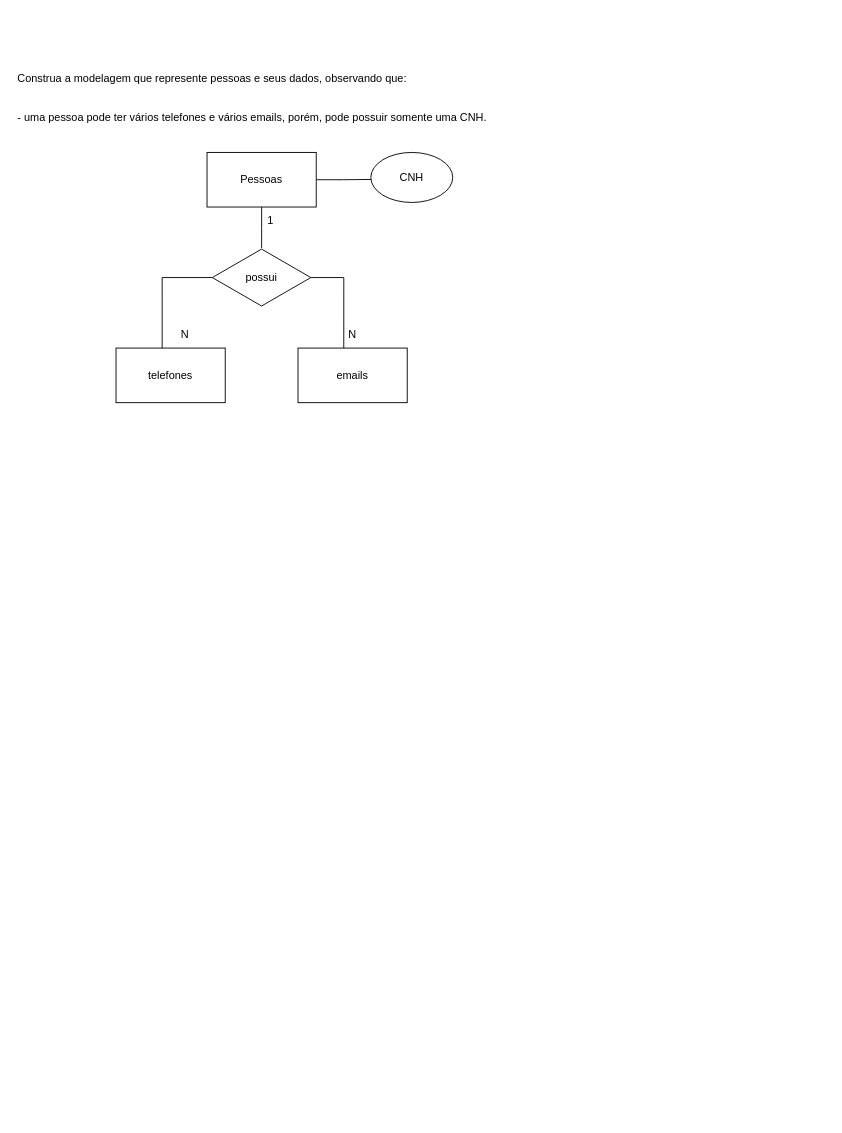
Above: exercicio_1_1/pessoas.drawio in Marqzzs/senai_sprint1_bd (draw.io), before the change. Source tidied: cells renumbered, new cells numbered last; positions are measured from the earlier drawing's top-left corner, leaving out a move shared by most shapes. Both pictures are drawn from the tidied source at 91%, with x=0, y=0 at pixel (15, 66).
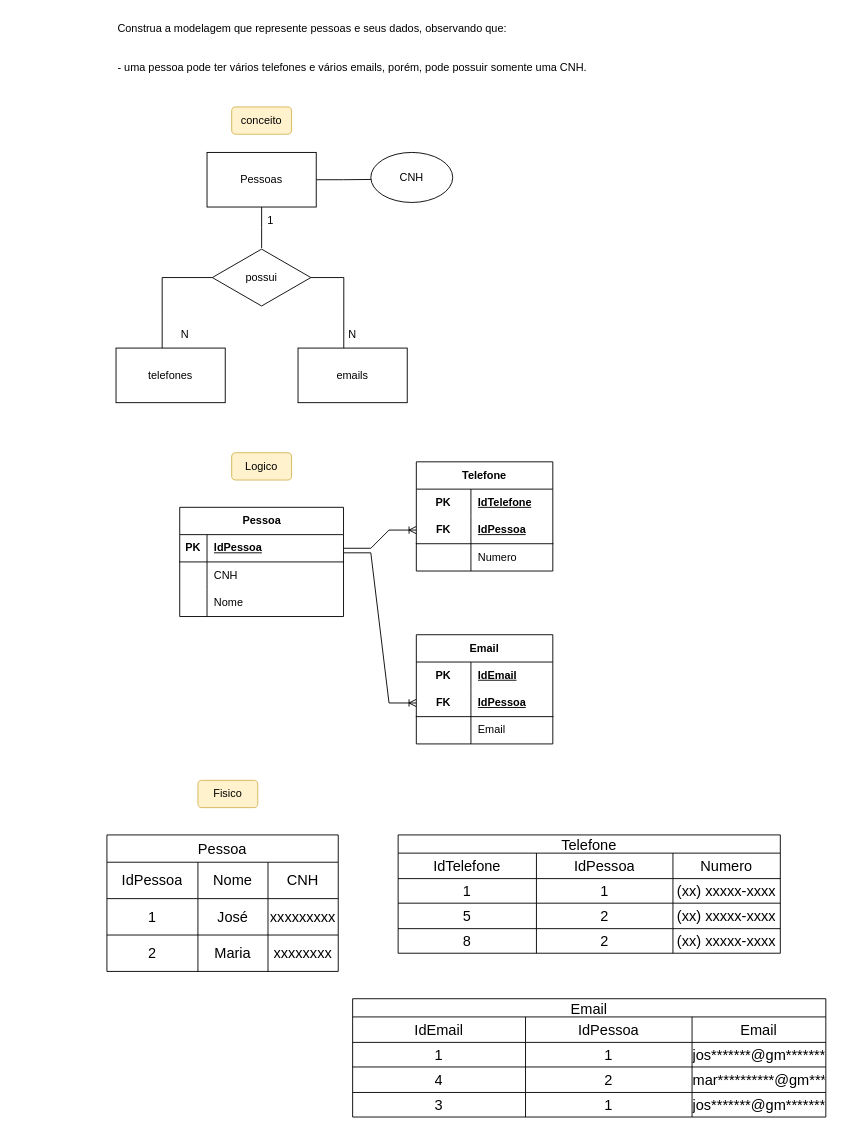
Above is the later version.

Change to the diagram source:
```diff
@@
     <mxCell id="14" value="Construa a modelagem que represente pessoas e seus dados, observando que:&#10;&#10;&#10;- uma pessoa pode ter vários telefones e vários emails, porém, pode possuir somente uma CNH." style="text;whiteSpace=wrap;" parent="1" vertex="1">
-      <mxGeometry width="560" height="80" as="geometry" />
+      <mxGeometry x="110" y="-55" width="560" height="80" as="geometry" />
     </mxCell>
+    <mxCell id="15" value="conceito" style="rounded=1;whiteSpace=wrap;html=1;fillColor=#fff2cc;strokeColor=#d6b656;" parent="1" vertex="1">
+      <mxGeometry x="237.1" y="45" width="65.8" height="30" as="geometry" />
+    </mxCell>
+    <mxCell id="16" value="Logico" style="rounded=1;whiteSpace=wrap;html=1;fillColor=#fff2cc;strokeColor=#d6b656;" parent="1" vertex="1">
+      <mxGeometry x="237.1" y="425" width="65.8" height="30" as="geometry" />
+    </mxCell>
+    <mxCell id="17" value="Pessoa" style="shape=table;startSize=30;childLayout=tableLayout;rowLines=0;fontStyle=1;align=center;html=1;" parent="1" vertex="1">
+      <mxGeometry x="180" y="485" width="180" height="120" as="geometry" />
+    </mxCell>
+    <mxCell id="18" style="shape=tableRow;horizontal=0;startSize=0;swimlaneHead=0;swimlaneBody=0;fillColor=none;points=[[0,0.5],[1,0.5]];portConstraint=eastwest;top=0;left=0;right=0;bottom=1;" parent="17" vertex="1">
+      <mxGeometry y="30" width="180" height="30" as="geometry" />
+    </mxCell>
+    <mxCell id="19" value="PK" style="shape=partialRectangle;fillColor=none;top=0;left=0;bottom=0;right=0;fontStyle=1;overflow=hidden;whiteSpace=wrap;html=1;" parent="18" vertex="1">
+      <mxGeometry width="30" height="30" as="geometry" />
+    </mxCell>
+    <mxCell id="20" value="IdPessoa" style="shape=partialRectangle;fillColor=none;top=0;left=0;bottom=0;right=0;align=left;spacingLeft=6;fontStyle=5;overflow=hidden;whiteSpace=wrap;html=1;" parent="18" vertex="1">
+      <mxGeometry x="30" width="150" height="30" as="geometry" />
+    </mxCell>
+    <mxCell id="21" style="shape=tableRow;horizontal=0;startSize=0;swimlaneHead=0;swimlaneBody=0;fillColor=none;top=0;left=0;right=0;bottom=0;" parent="17" vertex="1">
+      <mxGeometry y="60" width="180" height="30" as="geometry" />
+    </mxCell>
+    <mxCell id="22" style="shape=partialRectangle;fillColor=none;top=0;left=0;bottom=0;right=0;overflow=hidden;whiteSpace=wrap;html=1;" parent="21" vertex="1">
+      <mxGeometry width="30" height="30" as="geometry" />
+    </mxCell>
+    <mxCell id="23" value="CNH" style="shape=partialRectangle;fillColor=none;top=0;left=0;bottom=0;right=0;align=left;spacingLeft=6;overflow=hidden;whiteSpace=wrap;html=1;" parent="21" vertex="1">
+      <mxGeometry x="30" width="150" height="30" as="geometry" />
+    </mxCell>
+    <mxCell id="24" style="shape=tableRow;horizontal=0;startSize=0;swimlaneHead=0;swimlaneBody=0;fillColor=none;top=0;left=0;right=0;bottom=0;" parent="17" vertex="1">
+      <mxGeometry y="90" width="180" height="30" as="geometry" />
+    </mxCell>
+    <mxCell id="25" style="shape=partialRectangle;fillColor=none;top=0;left=0;bottom=0;right=0;overflow=hidden;whiteSpace=wrap;html=1;" parent="24" vertex="1">
+      <mxGeometry width="30" height="30" as="geometry" />
+    </mxCell>
+    <mxCell id="26" value="Nome" style="shape=partialRectangle;fillColor=none;top=0;left=0;bottom=0;right=0;align=left;spacingLeft=6;overflow=hidden;whiteSpace=wrap;html=1;" parent="24" vertex="1">
+      <mxGeometry x="30" width="150" height="30" as="geometry" />
+    </mxCell>
+    <mxCell id="27" value="Telefone" style="shape=table;startSize=30;childLayout=tableLayout;rowLines=0;fontStyle=1;align=center;html=1;whiteSpace=wrap;" parent="1" vertex="1">
+      <mxGeometry x="440" y="435" width="150" height="120" as="geometry" />
+    </mxCell>
+    <mxCell id="28" style="shape=tableRow;horizontal=0;startSize=0;swimlaneHead=0;swimlaneBody=0;fillColor=none;top=0;left=0;right=0;bottom=0;html=1;" parent="27" vertex="1">
+      <mxGeometry y="30" width="150" height="30" as="geometry" />
+    </mxCell>
+    <mxCell id="29" value="PK" style="shape=partialRectangle;fillColor=none;top=0;left=0;bottom=0;right=0;fontStyle=1;overflow=hidden;html=1;whiteSpace=wrap;" parent="28" vertex="1">
+      <mxGeometry width="60" height="30" as="geometry" />
+    </mxCell>
+    <mxCell id="30" value="IdTelefone" style="shape=partialRectangle;fillColor=none;top=0;left=0;bottom=0;right=0;align=left;spacingLeft=6;fontStyle=5;overflow=hidden;html=1;whiteSpace=wrap;" parent="28" vertex="1">
+      <mxGeometry x="60" width="90" height="30" as="geometry" />
+    </mxCell>
+    <mxCell id="31" style="shape=tableRow;horizontal=0;startSize=0;swimlaneHead=0;swimlaneBody=0;fillColor=none;points=[[0,0.5],[1,0.5]];portConstraint=eastwest;top=0;left=0;right=0;bottom=1;html=1;" parent="27" vertex="1">
+      <mxGeometry y="60" width="150" height="30" as="geometry" />
+    </mxCell>
+    <mxCell id="32" value="FK" style="shape=partialRectangle;fillColor=none;top=0;left=0;bottom=0;right=0;fontStyle=1;overflow=hidden;html=1;whiteSpace=wrap;" parent="31" vertex="1">
+      <mxGeometry width="60" height="30" as="geometry" />
+    </mxCell>
+    <mxCell id="33" value="IdPessoa" style="shape=partialRectangle;fillColor=none;top=0;left=0;bottom=0;right=0;align=left;spacingLeft=6;fontStyle=5;overflow=hidden;html=1;whiteSpace=wrap;" parent="31" vertex="1">
+      <mxGeometry x="60" width="90" height="30" as="geometry" />
+    </mxCell>
+    <mxCell id="34" style="shape=tableRow;horizontal=0;startSize=0;swimlaneHead=0;swimlaneBody=0;fillColor=none;top=0;left=0;right=0;bottom=0;html=1;" parent="27" vertex="1">
+      <mxGeometry y="90" width="150" height="30" as="geometry" />
+    </mxCell>
+    <mxCell id="35" style="shape=partialRectangle;fillColor=none;top=0;left=0;bottom=0;right=0;overflow=hidden;html=1;whiteSpace=wrap;" parent="34" vertex="1">
+      <mxGeometry width="60" height="30" as="geometry" />
+    </mxCell>
+    <mxCell id="36" value="Numero" style="shape=partialRectangle;fillColor=none;top=0;left=0;bottom=0;right=0;align=left;spacingLeft=6;overflow=hidden;html=1;whiteSpace=wrap;" parent="34" vertex="1">
+      <mxGeometry x="60" width="90" height="30" as="geometry" />
+    </mxCell>
+    <mxCell id="37" value="Email" style="shape=table;startSize=30;childLayout=tableLayout;rowLines=0;fontStyle=1;align=center;html=1;whiteSpace=wrap;" parent="1" vertex="1">
+      <mxGeometry x="440" y="625" width="150" height="120" as="geometry" />
+    </mxCell>
+    <mxCell id="38" style="shape=tableRow;horizontal=0;startSize=0;swimlaneHead=0;swimlaneBody=0;fillColor=none;top=0;left=0;right=0;bottom=0;html=1;" parent="37" vertex="1">
+      <mxGeometry y="30" width="150" height="30" as="geometry" />
+    </mxCell>
+    <mxCell id="39" value="PK" style="shape=partialRectangle;fillColor=none;top=0;left=0;bottom=0;right=0;fontStyle=1;overflow=hidden;html=1;whiteSpace=wrap;" parent="38" vertex="1">
+      <mxGeometry width="60" height="30" as="geometry" />
+    </mxCell>
+    <mxCell id="40" value="IdEmail" style="shape=partialRectangle;fillColor=none;top=0;left=0;bottom=0;right=0;align=left;spacingLeft=6;fontStyle=5;overflow=hidden;html=1;whiteSpace=wrap;" parent="38" vertex="1">
+      <mxGeometry x="60" width="90" height="30" as="geometry" />
+    </mxCell>
+    <mxCell id="41" style="shape=tableRow;horizontal=0;startSize=0;swimlaneHead=0;swimlaneBody=0;fillColor=none;points=[[0,0.5],[1,0.5]];portConstraint=eastwest;top=0;left=0;right=0;bottom=1;html=1;" parent="37" vertex="1">
+      <mxGeometry y="60" width="150" height="30" as="geometry" />
+    </mxCell>
+    <mxCell id="42" value="FK" style="shape=partialRectangle;fillColor=none;top=0;left=0;bottom=0;right=0;fontStyle=1;overflow=hidden;html=1;whiteSpace=wrap;" parent="41" vertex="1">
+      <mxGeometry width="60" height="30" as="geometry" />
+    </mxCell>
+    <mxCell id="43" value="IdPessoa" style="shape=partialRectangle;fillColor=none;top=0;left=0;bottom=0;right=0;align=left;spacingLeft=6;fontStyle=5;overflow=hidden;html=1;whiteSpace=wrap;" parent="41" vertex="1">
+      <mxGeometry x="60" width="90" height="30" as="geometry" />
+    </mxCell>
+    <mxCell id="44" style="shape=tableRow;horizontal=0;startSize=0;swimlaneHead=0;swimlaneBody=0;fillColor=none;top=0;left=0;right=0;bottom=0;html=1;" parent="37" vertex="1">
+      <mxGeometry y="90" width="150" height="30" as="geometry" />
+    </mxCell>
+    <mxCell id="45" style="shape=partialRectangle;fillColor=none;top=0;left=0;bottom=0;right=0;overflow=hidden;html=1;whiteSpace=wrap;" parent="44" vertex="1">
+      <mxGeometry width="60" height="30" as="geometry" />
+    </mxCell>
+    <mxCell id="46" value="Email" style="shape=partialRectangle;fillColor=none;top=0;left=0;bottom=0;right=0;align=left;spacingLeft=6;overflow=hidden;html=1;whiteSpace=wrap;" parent="44" vertex="1">
+      <mxGeometry x="60" width="90" height="30" as="geometry" />
+    </mxCell>
+    <mxCell id="47" style="edgeStyle=entityRelationEdgeStyle;fontSize=12;html=1;endArrow=ERoneToMany;rounded=0;entryX=0;entryY=0.5;entryDx=0;entryDy=0;" parent="1" edge="1" target="41">
+      <mxGeometry relative="1" as="geometry">
+        <mxPoint x="360" y="535" as="sourcePoint" />
+      </mxGeometry>
+    </mxCell>
+    <mxCell id="48" style="edgeStyle=entityRelationEdgeStyle;fontSize=12;html=1;endArrow=ERoneToMany;rounded=0;entryX=0;entryY=0.5;entryDx=0;entryDy=0;exitX=1;exitY=0.5;exitDx=0;exitDy=0;" parent="1" edge="1" source="18" target="31">
+      <mxGeometry relative="1" as="geometry" />
+    </mxCell>
+    <mxCell id="49" value="Fisico" style="rounded=1;whiteSpace=wrap;html=1;fillColor=#fff2cc;strokeColor=#d6b656;" parent="1" vertex="1">
+      <mxGeometry x="200" y="785" width="65.8" height="30" as="geometry" />
+    </mxCell>
+    <mxCell id="50" value="Pessoa" style="shape=table;startSize=30;childLayout=tableLayout;strokeColor=default;fontSize=16;" parent="1" vertex="1">
+      <mxGeometry x="100" y="845" width="254.2" height="150" as="geometry" />
+    </mxCell>
+    <mxCell id="51" style="shape=tableRow;horizontal=0;startSize=0;swimlaneHead=0;swimlaneBody=0;strokeColor=inherit;top=0;left=0;bottom=0;right=0;fillColor=none;fontSize=16;" parent="50" vertex="1">
+      <mxGeometry y="30" width="254.2" height="40" as="geometry" />
+    </mxCell>
+    <mxCell id="52" value="IdPessoa" style="shape=partialRectangle;html=1;whiteSpace=wrap;strokeColor=inherit;overflow=hidden;fillColor=none;top=0;left=0;bottom=0;right=0;fontSize=16;" parent="51" vertex="1">
+      <mxGeometry width="100" height="40" as="geometry" />
+    </mxCell>
+    <mxCell id="53" value="Nome" style="shape=partialRectangle;html=1;whiteSpace=wrap;strokeColor=inherit;overflow=hidden;fillColor=none;top=0;left=0;bottom=0;right=0;fontSize=16;" parent="51" vertex="1">
+      <mxGeometry x="100" width="77" height="40" as="geometry" />
+    </mxCell>
+    <mxCell id="54" value="CNH" style="shape=partialRectangle;html=1;whiteSpace=wrap;strokeColor=inherit;overflow=hidden;fillColor=none;top=0;left=0;bottom=0;right=0;fontSize=16;" parent="51" vertex="1">
+      <mxGeometry x="177" width="77" height="40" as="geometry" />
+    </mxCell>
+    <mxCell id="55" style="shape=tableRow;horizontal=0;startSize=0;swimlaneHead=0;swimlaneBody=0;strokeColor=inherit;top=0;left=0;bottom=0;right=0;fillColor=none;fontSize=16;" parent="50" vertex="1">
+      <mxGeometry y="70" width="254.2" height="40" as="geometry" />
+    </mxCell>
+    <mxCell id="56" value="1" style="shape=partialRectangle;html=1;whiteSpace=wrap;strokeColor=inherit;overflow=hidden;fillColor=none;top=0;left=0;bottom=0;right=0;fontSize=16;" parent="55" vertex="1">
+      <mxGeometry width="100" height="40" as="geometry" />
+    </mxCell>
+    <mxCell id="57" value="José" style="shape=partialRectangle;html=1;whiteSpace=wrap;strokeColor=inherit;overflow=hidden;fillColor=none;top=0;left=0;bottom=0;right=0;fontSize=16;" parent="55" vertex="1">
+      <mxGeometry x="100" width="77" height="40" as="geometry" />
+    </mxCell>
+    <mxCell id="58" value="xxxxxxxxx" style="shape=partialRectangle;html=1;whiteSpace=wrap;strokeColor=inherit;overflow=hidden;fillColor=none;top=0;left=0;bottom=0;right=0;fontSize=16;" parent="55" vertex="1">
+      <mxGeometry x="177" width="77" height="40" as="geometry" />
+    </mxCell>
+    <mxCell id="59" style="shape=tableRow;horizontal=0;startSize=0;swimlaneHead=0;swimlaneBody=0;strokeColor=inherit;top=0;left=0;bottom=0;right=0;fillColor=none;fontSize=16;" parent="50" vertex="1">
+      <mxGeometry y="110" width="254.2" height="40" as="geometry" />
+    </mxCell>
+    <mxCell id="60" value="2" style="shape=partialRectangle;html=1;whiteSpace=wrap;strokeColor=inherit;overflow=hidden;fillColor=none;top=0;left=0;bottom=0;right=0;fontSize=16;" parent="59" vertex="1">
+      <mxGeometry width="100" height="40" as="geometry" />
+    </mxCell>
+    <mxCell id="61" value="Maria" style="shape=partialRectangle;html=1;whiteSpace=wrap;strokeColor=inherit;overflow=hidden;fillColor=none;top=0;left=0;bottom=0;right=0;fontSize=16;" parent="59" vertex="1">
+      <mxGeometry x="100" width="77" height="40" as="geometry" />
+    </mxCell>
+    <mxCell id="62" value="xxxxxxxx" style="shape=partialRectangle;html=1;whiteSpace=wrap;strokeColor=inherit;overflow=hidden;fillColor=none;top=0;left=0;bottom=0;right=0;fontSize=16;" parent="59" vertex="1">
+      <mxGeometry x="177" width="77" height="40" as="geometry" />
+    </mxCell>
+    <mxCell id="63" value="Telefone" style="shape=table;startSize=20;childLayout=tableLayout;strokeColor=default;fontSize=16;" parent="1" vertex="1">
+      <mxGeometry x="420" y="845" width="420" height="130" as="geometry" />
+    </mxCell>
+    <mxCell id="64" style="shape=tableRow;horizontal=0;startSize=0;swimlaneHead=0;swimlaneBody=0;strokeColor=inherit;top=0;left=0;bottom=0;right=0;fillColor=none;fontSize=16;" parent="63" vertex="1">
+      <mxGeometry y="20" width="420" height="28" as="geometry" />
+    </mxCell>
+    <mxCell id="65" value="IdTelefone" style="shape=partialRectangle;html=1;whiteSpace=wrap;strokeColor=inherit;overflow=hidden;fillColor=none;top=0;left=0;bottom=0;right=0;fontSize=16;" parent="64" vertex="1">
+      <mxGeometry width="152" height="28" as="geometry" />
+    </mxCell>
+    <mxCell id="66" value="IdPessoa" style="shape=partialRectangle;html=1;whiteSpace=wrap;strokeColor=inherit;overflow=hidden;fillColor=none;top=0;left=0;bottom=0;right=0;fontSize=16;" parent="64" vertex="1">
+      <mxGeometry x="152" width="150" height="28" as="geometry" />
+    </mxCell>
+    <mxCell id="67" value="Numero" style="shape=partialRectangle;html=1;whiteSpace=wrap;strokeColor=inherit;overflow=hidden;fillColor=none;top=0;left=0;bottom=0;right=0;fontSize=16;" parent="64" vertex="1">
+      <mxGeometry x="302" width="118" height="28" as="geometry" />
+    </mxCell>
+    <mxCell id="68" style="shape=tableRow;horizontal=0;startSize=0;swimlaneHead=0;swimlaneBody=0;strokeColor=inherit;top=0;left=0;bottom=0;right=0;fillColor=none;fontSize=16;" parent="63" vertex="1">
+      <mxGeometry y="48" width="420" height="27" as="geometry" />
+    </mxCell>
+    <mxCell id="69" value="1" style="shape=partialRectangle;html=1;whiteSpace=wrap;strokeColor=inherit;overflow=hidden;fillColor=none;top=0;left=0;bottom=0;right=0;fontSize=16;" parent="68" vertex="1">
+      <mxGeometry width="152" height="27" as="geometry" />
+    </mxCell>
+    <mxCell id="70" value="1" style="shape=partialRectangle;html=1;whiteSpace=wrap;strokeColor=inherit;overflow=hidden;fillColor=none;top=0;left=0;bottom=0;right=0;fontSize=16;" parent="68" vertex="1">
+      <mxGeometry x="152" width="150" height="27" as="geometry" />
+    </mxCell>
+    <mxCell id="71" value="(xx) xxxxx-xxxx" style="shape=partialRectangle;html=1;whiteSpace=wrap;strokeColor=inherit;overflow=hidden;fillColor=none;top=0;left=0;bottom=0;right=0;fontSize=16;" parent="68" vertex="1">
+      <mxGeometry x="302" width="118" height="27" as="geometry" />
+    </mxCell>
+    <mxCell id="72" style="shape=tableRow;horizontal=0;startSize=0;swimlaneHead=0;swimlaneBody=0;strokeColor=inherit;top=0;left=0;bottom=0;right=0;fillColor=none;fontSize=16;" parent="63" vertex="1">
+      <mxGeometry y="75" width="420" height="28" as="geometry" />
+    </mxCell>
+    <mxCell id="73" value="5" style="shape=partialRectangle;html=1;whiteSpace=wrap;strokeColor=inherit;overflow=hidden;fillColor=none;top=0;left=0;bottom=0;right=0;fontSize=16;" parent="72" vertex="1">
+      <mxGeometry width="152" height="28" as="geometry" />
+    </mxCell>
+    <mxCell id="74" value="2" style="shape=partialRectangle;html=1;whiteSpace=wrap;strokeColor=inherit;overflow=hidden;fillColor=none;top=0;left=0;bottom=0;right=0;fontSize=16;" parent="72" vertex="1">
+      <mxGeometry x="152" width="150" height="28" as="geometry" />
+    </mxCell>
+    <mxCell id="75" value="(xx) xxxxx-xxxx" style="shape=partialRectangle;html=1;whiteSpace=wrap;strokeColor=inherit;overflow=hidden;fillColor=none;top=0;left=0;bottom=0;right=0;fontSize=16;" parent="72" vertex="1">
+      <mxGeometry x="302" width="118" height="28" as="geometry" />
+    </mxCell>
+    <mxCell id="76" style="shape=tableRow;horizontal=0;startSize=0;swimlaneHead=0;swimlaneBody=0;strokeColor=inherit;top=0;left=0;bottom=0;right=0;fillColor=none;fontSize=16;" parent="63" vertex="1">
+      <mxGeometry y="103" width="420" height="27" as="geometry" />
+    </mxCell>
+    <mxCell id="77" value="8" style="shape=partialRectangle;html=1;whiteSpace=wrap;strokeColor=inherit;overflow=hidden;fillColor=none;top=0;left=0;bottom=0;right=0;fontSize=16;" parent="76" vertex="1">
+      <mxGeometry width="152" height="27" as="geometry" />
+    </mxCell>
+    <mxCell id="78" value="2" style="shape=partialRectangle;html=1;whiteSpace=wrap;strokeColor=inherit;overflow=hidden;fillColor=none;top=0;left=0;bottom=0;right=0;fontSize=16;" parent="76" vertex="1">
+      <mxGeometry x="152" width="150" height="27" as="geometry" />
+    </mxCell>
+    <mxCell id="79" value="(xx) xxxxx-xxxx" style="shape=partialRectangle;html=1;whiteSpace=wrap;strokeColor=inherit;overflow=hidden;fillColor=none;top=0;left=0;bottom=0;right=0;fontSize=16;" parent="76" vertex="1">
+      <mxGeometry x="302" width="118" height="27" as="geometry" />
+    </mxCell>
+    <mxCell id="80" value="Email" style="shape=table;startSize=20;childLayout=tableLayout;strokeColor=default;fontSize=16;" parent="1" vertex="1">
+      <mxGeometry x="370" y="1025" width="520" height="130" as="geometry" />
+    </mxCell>
+    <mxCell id="81" style="shape=tableRow;horizontal=0;startSize=0;swimlaneHead=0;swimlaneBody=0;strokeColor=inherit;top=0;left=0;bottom=0;right=0;fillColor=none;fontSize=16;" parent="80" vertex="1">
+      <mxGeometry y="20" width="520" height="28" as="geometry" />
+    </mxCell>
+    <mxCell id="82" value="IdEmail" style="shape=partialRectangle;html=1;whiteSpace=wrap;strokeColor=inherit;overflow=hidden;fillColor=none;top=0;left=0;bottom=0;right=0;fontSize=16;" parent="81" vertex="1">
+      <mxGeometry width="190" height="28" as="geometry" />
+    </mxCell>
+    <mxCell id="83" value="IdPessoa" style="shape=partialRectangle;html=1;whiteSpace=wrap;strokeColor=inherit;overflow=hidden;fillColor=none;top=0;left=0;bottom=0;right=0;fontSize=16;" parent="81" vertex="1">
+      <mxGeometry x="190" width="183" height="28" as="geometry" />
+    </mxCell>
+    <mxCell id="84" value="Email" style="shape=partialRectangle;html=1;whiteSpace=wrap;strokeColor=inherit;overflow=hidden;fillColor=none;top=0;left=0;bottom=0;right=0;fontSize=16;" parent="81" vertex="1">
+      <mxGeometry x="373" width="147" height="28" as="geometry" />
+    </mxCell>
+    <mxCell id="85" style="shape=tableRow;horizontal=0;startSize=0;swimlaneHead=0;swimlaneBody=0;strokeColor=inherit;top=0;left=0;bottom=0;right=0;fillColor=none;fontSize=16;" parent="80" vertex="1">
+      <mxGeometry y="48" width="520" height="27" as="geometry" />
+    </mxCell>
+    <mxCell id="86" value="1" style="shape=partialRectangle;html=1;whiteSpace=wrap;strokeColor=inherit;overflow=hidden;fillColor=none;top=0;left=0;bottom=0;right=0;fontSize=16;" parent="85" vertex="1">
+      <mxGeometry width="190" height="27" as="geometry" />
+    </mxCell>
+    <mxCell id="87" value="1" style="shape=partialRectangle;html=1;whiteSpace=wrap;strokeColor=inherit;overflow=hidden;fillColor=none;top=0;left=0;bottom=0;right=0;fontSize=16;" parent="85" vertex="1">
+      <mxGeometry x="190" width="183" height="27" as="geometry" />
+    </mxCell>
+    <mxCell id="88" value="jos*******@gm*******" style="shape=partialRectangle;html=1;whiteSpace=wrap;strokeColor=inherit;overflow=hidden;fillColor=none;top=0;left=0;bottom=0;right=0;fontSize=16;" parent="85" vertex="1">
+      <mxGeometry x="373" width="147" height="27" as="geometry" />
+    </mxCell>
+    <mxCell id="89" style="shape=tableRow;horizontal=0;startSize=0;swimlaneHead=0;swimlaneBody=0;strokeColor=inherit;top=0;left=0;bottom=0;right=0;fillColor=none;fontSize=16;" parent="80" vertex="1">
+      <mxGeometry y="75" width="520" height="28" as="geometry" />
+    </mxCell>
+    <mxCell id="90" value="4" style="shape=partialRectangle;html=1;whiteSpace=wrap;strokeColor=inherit;overflow=hidden;fillColor=none;top=0;left=0;bottom=0;right=0;fontSize=16;" parent="89" vertex="1">
+      <mxGeometry width="190" height="28" as="geometry" />
+    </mxCell>
+    <mxCell id="91" value="2" style="shape=partialRectangle;html=1;whiteSpace=wrap;strokeColor=inherit;overflow=hidden;fillColor=none;top=0;left=0;bottom=0;right=0;fontSize=16;" parent="89" vertex="1">
+      <mxGeometry x="190" width="183" height="28" as="geometry" />
+    </mxCell>
+    <mxCell id="92" value="mar**********@gm***" style="shape=partialRectangle;html=1;whiteSpace=wrap;strokeColor=inherit;overflow=hidden;fillColor=none;top=0;left=0;bottom=0;right=0;fontSize=16;" parent="89" vertex="1">
+      <mxGeometry x="373" width="147" height="28" as="geometry" />
+    </mxCell>
+    <mxCell id="93" style="shape=tableRow;horizontal=0;startSize=0;swimlaneHead=0;swimlaneBody=0;strokeColor=inherit;top=0;left=0;bottom=0;right=0;fillColor=none;fontSize=16;" parent="80" vertex="1">
+      <mxGeometry y="103" width="520" height="27" as="geometry" />
+    </mxCell>
+    <mxCell id="94" value="3" style="shape=partialRectangle;html=1;whiteSpace=wrap;strokeColor=inherit;overflow=hidden;fillColor=none;top=0;left=0;bottom=0;right=0;fontSize=16;" parent="93" vertex="1">
+      <mxGeometry width="190" height="27" as="geometry" />
+    </mxCell>
+    <mxCell id="95" value="1" style="shape=partialRectangle;html=1;whiteSpace=wrap;strokeColor=inherit;overflow=hidden;fillColor=none;top=0;left=0;bottom=0;right=0;fontSize=16;" parent="93" vertex="1">
+      <mxGeometry x="190" width="183" height="27" as="geometry" />
+    </mxCell>
+    <mxCell id="96" value="jos*******@gm*******" style="shape=partialRectangle;html=1;whiteSpace=wrap;strokeColor=inherit;overflow=hidden;fillColor=none;top=0;left=0;bottom=0;right=0;fontSize=16;" parent="93" vertex="1">
+      <mxGeometry x="373" width="147" height="27" as="geometry" />
+    </mxCell>
```
